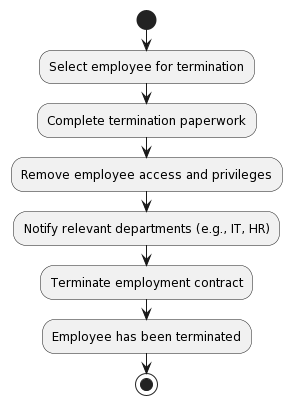
Earlier version of the PlantUML export Lab1.2/ActivityDiagram/Terminate Employee.png (baonehe/SE357-Pratice-class). The source it was exported from:
```plantuml
@startuml
!define TERMINATE_EMPLOYEE <<(A,red) Terminate Employee>>

start
:Select employee for termination;
:Complete termination paperwork;
:Remove employee access and privileges;
:Notify relevant departments (e.g., IT, HR);
:Terminate employment contract;
:Employee has been terminated;
stop
@enduml
```
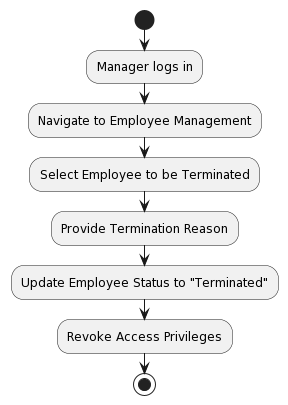
Above is the later version.

The edit, as a diff of the source:
```diff
@@ -1,12 +1,15 @@
 @startuml
-!define TERMINATE_EMPLOYEE <<(A,red) Terminate Employee>>
+skinparam activity {
+  BackgroundColor<<terminate>> LightCoral
+  BorderColor<<terminate>> Crimson
+}
 
 start
-:Select employee for termination;
-:Complete termination paperwork;
-:Remove employee access and privileges;
-:Notify relevant departments (e.g., IT, HR);
-:Terminate employment contract;
-:Employee has been terminated;
+:Manager logs in;
+:Navigate to Employee Management;
+:Select Employee to be Terminated;
+:Provide Termination Reason;
+:Update Employee Status to "Terminated";
+:Revoke Access Privileges;
 stop
 @enduml
```
